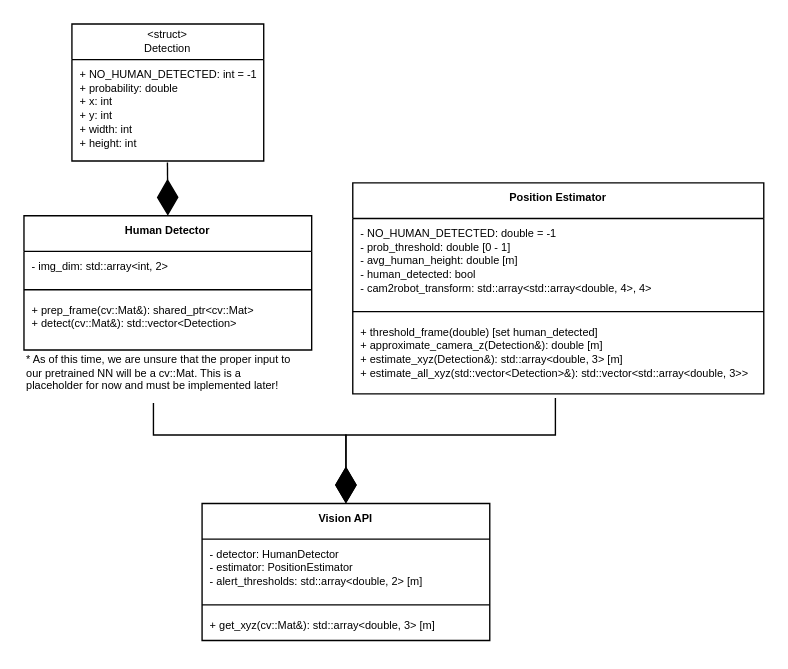
dlerner97/ACME_perception_proposal keeps this draw.io diagram as page "UML" (2 of 2) of visual_reps/activity_and_UML.drawio. Above is the earlier version. Source tidied: cells renumbered, new cells numbered last; positions are measured from the earlier drawing's top-left corner, leaving out a move shared by most shapes. Both pictures are drawn from the tidied source at 137%, with x=0, y=0 at pixel (23, 23).
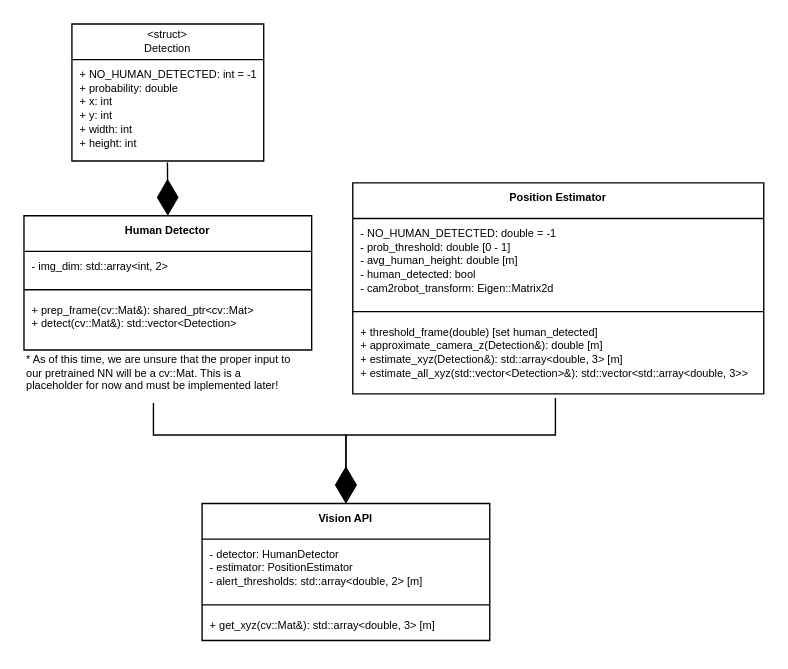
After the change.

Commit message (it also covers changes not shown here):
Switched the 4x4 array to a 4x4 eigen matrix. A) want to learn about eigen but also B) it will be far easier to implement matrix multiplication. After all, that's what eigen is for

The change refers to these unchanged cells:
```xml
<mxCell id="2" value="Position Estimator" style="swimlane;fontStyle=1;align=center;verticalAlign=top;horizontal=1;startSize=26;fontSize=8;" parent="1" vertex="1">
  <mxGeometry x="240" y="116" width="300" height="154" as="geometry" />
</mxCell>
```

What changed in the source:
```diff
@@
-    <mxCell id="3" value="- NO_HUMAN_DETECTED: double = -1&#10;- prob_threshold: double [0 - 1] &#10;- avg_human_height: double [m]&#10;- human_detected: bool&#10;- cam2robot_transform: std::array&lt;std::array&lt;double, 4&gt;, 4&gt;" style="text;strokeColor=none;fillColor=none;align=left;verticalAlign=top;spacingLeft=4;spacingRight=4;overflow=hidden;fontSize=8;" parent="2" vertex="1">
+    <mxCell id="3" value="- NO_HUMAN_DETECTED: double = -1&#10;- prob_threshold: double [0 - 1] &#10;- avg_human_height: double [m]&#10;- human_detected: bool&#10;- cam2robot_transform: Eigen::Matrix2d" style="text;strokeColor=none;fillColor=none;align=left;verticalAlign=top;spacingLeft=4;spacingRight=4;overflow=hidden;fontSize=8;" parent="2" vertex="1">
       <mxGeometry y="26" width="300" height="64" as="geometry" />
     </mxCell>
```
